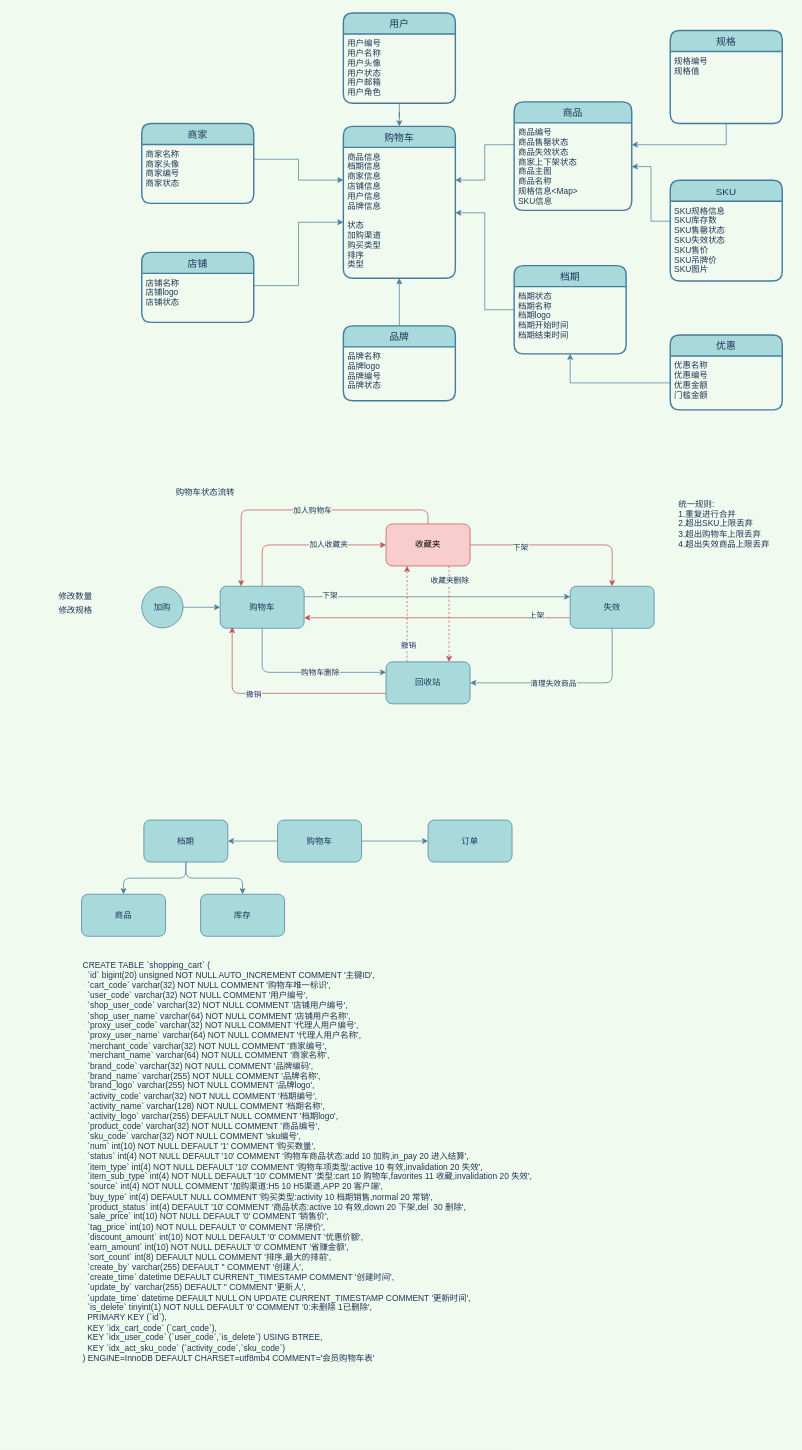
Above: 购物车领域模型图.drawio in mingtian110/pc_home (draw.io), before the change. Source tidied: cells renumbered, new cells numbered last; positions are measured from the earlier drawing's top-left corner, leaving out a move shared by most shapes. Both pictures are drawn from the tidied source at 70%, with x=0, y=0 at pixel (54, 13).
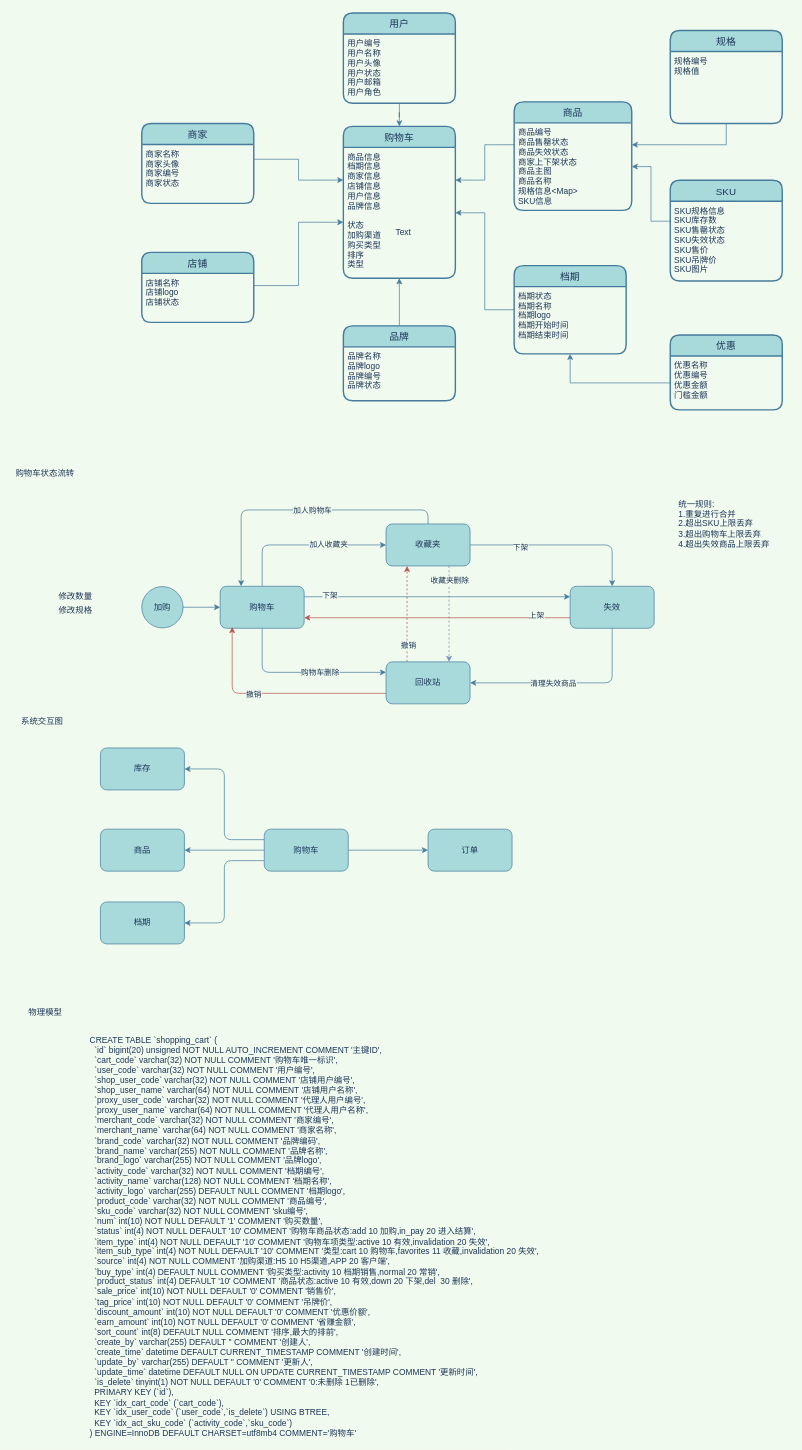
The same diagram, later.

Commit message (it also covers changes not shown here):
更新购物车领域模型图.drawio

The change refers to these unchanged cells:
```xml
<mxCell id="37" value="购物车" style="rounded=1;whiteSpace=wrap;html=1;fillColor=#A8DADC;strokeColor=#457B9D;fontColor=#1D3557;" parent="1" vertex="1">
  <mxGeometry x="237" y="819" width="120" height="60" as="geometry" />
</mxCell>
<mxCell id="49" value="失效" style="rounded=1;whiteSpace=wrap;html=1;fillColor=#A8DADC;strokeColor=#457B9D;fontColor=#1D3557;" parent="1" vertex="1">
  <mxGeometry x="737" y="819" width="120" height="60" as="geometry" />
</mxCell>
<mxCell id="54" value="回收站" style="rounded=1;whiteSpace=wrap;html=1;fillColor=#A8DADC;strokeColor=#457B9D;fontColor=#1D3557;" parent="1" vertex="1">
  <mxGeometry x="474" y="927" width="120" height="60" as="geometry" />
</mxCell>
<mxCell id="59" value="加购" style="ellipse;whiteSpace=wrap;html=1;rounded=0;sketch=0;strokeColor=#457B9D;fillColor=#A8DADC;fontColor=#1D3557;" parent="1" vertex="1">
  <mxGeometry x="125" y="819.5" width="59" height="59" as="geometry" />
</mxCell>
```

What changed in the source:
```diff
@@
-    <mxCell id="31" style="edgeStyle=orthogonalEdgeStyle;rounded=1;jettySize=auto;html=1;exitX=0.5;exitY=0;exitDx=0;exitDy=0;entryX=0;entryY=0.5;entryDx=0;entryDy=0;strokeColor=#b85450;fontColor=#1D3557;labelBackgroundColor=#F1FAEE;fillColor=#f8cecc;" parent="1" edge="1" source="37" target="44">
+    <mxCell id="31" style="edgeStyle=orthogonalEdgeStyle;rounded=1;jettySize=auto;html=1;exitX=0.5;exitY=0;exitDx=0;exitDy=0;entryX=0;entryY=0.5;entryDx=0;entryDy=0;strokeColor=#457B9D;fontColor=#1D3557;fillColor=#A8DADC;labelBackgroundColor=#F1FAEE;" parent="1" edge="1" source="37" target="44">
       <mxGeometry relative="1" as="geometry" />
     </mxCell>
@@
-    <mxCell id="38" style="edgeStyle=orthogonalEdgeStyle;rounded=1;jettySize=auto;html=1;exitX=1;exitY=0.5;exitDx=0;exitDy=0;strokeColor=#b85450;fontColor=#1D3557;labelBackgroundColor=#F1FAEE;fillColor=#f8cecc;" parent="1" edge="1" source="44" target="49">
+    <mxCell id="38" style="edgeStyle=orthogonalEdgeStyle;rounded=1;jettySize=auto;html=1;exitX=1;exitY=0.5;exitDx=0;exitDy=0;strokeColor=#457B9D;fontColor=#1D3557;fillColor=#A8DADC;labelBackgroundColor=#F1FAEE;" parent="1" edge="1" source="44" target="49">
       <mxGeometry relative="1" as="geometry" />
     </mxCell>
@@
-    <mxCell id="40" style="edgeStyle=orthogonalEdgeStyle;rounded=0;jettySize=auto;html=1;exitX=0.75;exitY=1;exitDx=0;exitDy=0;dashed=1;strokeColor=#b85450;fontColor=#1D3557;labelBackgroundColor=#F1FAEE;entryX=0.75;entryY=0;entryDx=0;entryDy=0;fillColor=#f8cecc;" parent="1" edge="1" source="44" target="54">
+    <mxCell id="40" style="edgeStyle=orthogonalEdgeStyle;rounded=0;jettySize=auto;html=1;exitX=0.75;exitY=1;exitDx=0;exitDy=0;dashed=1;strokeColor=#6c8ebf;fontColor=#1D3557;entryX=0.75;entryY=0;entryDx=0;entryDy=0;fillColor=#dae8fc;labelBackgroundColor=#F1FAEE;" parent="1" edge="1" source="44" target="54">
       <mxGeometry relative="1" as="geometry" />
     </mxCell>
@@
-    <mxCell id="42" style="edgeStyle=orthogonalEdgeStyle;rounded=1;jettySize=auto;html=1;exitX=0.5;exitY=0;exitDx=0;exitDy=0;entryX=0.25;entryY=0;entryDx=0;entryDy=0;strokeColor=#b85450;fontColor=#1D3557;labelBackgroundColor=#F1FAEE;fillColor=#f8cecc;" parent="1" edge="1" source="44" target="37">
+    <mxCell id="42" style="edgeStyle=orthogonalEdgeStyle;rounded=1;jettySize=auto;html=1;exitX=0.5;exitY=0;exitDx=0;exitDy=0;entryX=0.25;entryY=0;entryDx=0;entryDy=0;strokeColor=#457B9D;fontColor=#1D3557;fillColor=#A8DADC;labelBackgroundColor=#F1FAEE;" parent="1" edge="1" source="44" target="37">
       <mxGeometry relative="1" as="geometry" />
     </mxCell>
@@
-    <mxCell id="44" value="收藏夹" style="rounded=1;whiteSpace=wrap;html=1;fillColor=#f8cecc;strokeColor=#b85450;" parent="1" vertex="1">
+    <mxCell id="44" value="收藏夹" style="rounded=1;whiteSpace=wrap;html=1;fillColor=#A8DADC;strokeColor=#457B9D;fontColor=#1D3557;" parent="1" vertex="1">
       <mxGeometry x="474" y="730" width="120" height="60" as="geometry" />
     </mxCell>
@@
-    <mxCell id="47" style="edgeStyle=orthogonalEdgeStyle;rounded=1;jettySize=auto;html=1;exitX=0;exitY=0.75;exitDx=0;exitDy=0;entryX=1;entryY=0.75;entryDx=0;entryDy=0;fontColor=#1D3557;labelBackgroundColor=#F1FAEE;strokeColor=#b85450;fillColor=#f8cecc;" parent="1" edge="1" source="49" target="37">
+    <mxCell id="47" style="edgeStyle=orthogonalEdgeStyle;rounded=1;jettySize=auto;html=1;exitX=0;exitY=0.75;exitDx=0;exitDy=0;entryX=1;entryY=0.75;entryDx=0;entryDy=0;fontColor=#1D3557;strokeColor=#b85450;fillColor=#f8cecc;labelBackgroundColor=#F1FAEE;" parent="1" edge="1" source="49" target="37">
       <mxGeometry relative="1" as="geometry" />
     </mxCell>
@@
-    <mxCell id="50" style="edgeStyle=orthogonalEdgeStyle;curved=0;rounded=1;sketch=0;jettySize=auto;html=1;exitX=0.25;exitY=0;exitDx=0;exitDy=0;entryX=0.25;entryY=1;entryDx=0;entryDy=0;strokeColor=#b85450;fillColor=#f8cecc;fontColor=#1D3557;dashed=1;" parent="1" edge="1" source="54" target="44">
+    <mxCell id="50" style="edgeStyle=orthogonalEdgeStyle;curved=0;rounded=1;sketch=0;jettySize=auto;html=1;exitX=0.25;exitY=0;exitDx=0;exitDy=0;entryX=0.25;entryY=1;entryDx=0;entryDy=0;strokeColor=#b85450;fillColor=#f8cecc;fontColor=#1D3557;dashed=1;labelBackgroundColor=#F1FAEE;" parent="1" edge="1" source="54" target="44">
       <mxGeometry relative="1" as="geometry" />
     </mxCell>
-    <mxCell id="51" value="撤销" style="edgeLabel;html=1;align=center;verticalAlign=middle;fontColor=#1D3557;" parent="50" vertex="1">
+    <mxCell id="51" value="撤销" style="edgeLabel;html=1;align=center;verticalAlign=middle;fontColor=#1D3557;labelBackgroundColor=#F1FAEE;" parent="50" vertex="1">
       <mxGeometry x="-0.64" y="-1" relative="1" as="geometry" />
     </mxCell>
-    <mxCell id="52" style="edgeStyle=orthogonalEdgeStyle;rounded=1;sketch=0;jettySize=auto;html=1;exitX=0;exitY=0.75;exitDx=0;exitDy=0;entryX=0.143;entryY=0.97;entryDx=0;entryDy=0;entryPerimeter=0;strokeColor=#b85450;fillColor=#f8cecc;fontColor=#1D3557;" parent="1" edge="1" source="54" target="37">
+    <mxCell id="52" style="edgeStyle=orthogonalEdgeStyle;rounded=1;sketch=0;jettySize=auto;html=1;exitX=0;exitY=0.75;exitDx=0;exitDy=0;entryX=0.143;entryY=0.97;entryDx=0;entryDy=0;entryPerimeter=0;strokeColor=#b85450;fillColor=#f8cecc;fontColor=#1D3557;labelBackgroundColor=#F1FAEE;" parent="1" edge="1" source="54" target="37">
       <mxGeometry relative="1" as="geometry" />
     </mxCell>
-    <mxCell id="53" value="撤销" style="edgeLabel;html=1;align=center;verticalAlign=middle;fontColor=#1D3557;" parent="52" vertex="1">
+    <mxCell id="53" value="撤销" style="edgeLabel;html=1;align=center;verticalAlign=middle;fontColor=#1D3557;labelBackgroundColor=#F1FAEE;" parent="52" vertex="1">
       <mxGeometry x="0.21" relative="1" as="geometry" />
     </mxCell>
@@
     <mxCell id="55" value="购物车状态流转" style="text;html=1;strokeColor=none;fillColor=none;align=center;verticalAlign=middle;whiteSpace=wrap;rounded=0;fontColor=#1D3557;" parent="1" vertex="1">
-      <mxGeometry x="169" y="672" width="94" height="25" as="geometry" />
+      <mxGeometry x="-60" y="645" width="94" height="25" as="geometry" />
     </mxCell>
@@
-    <mxCell id="58" style="edgeStyle=orthogonalEdgeStyle;curved=0;rounded=1;sketch=0;jettySize=auto;html=1;exitX=1;exitY=0.5;exitDx=0;exitDy=0;strokeColor=#457B9D;fillColor=#A8DADC;fontColor=#1D3557;" parent="1" edge="1" source="59" target="37">
+    <mxCell id="58" style="edgeStyle=orthogonalEdgeStyle;curved=0;rounded=1;sketch=0;jettySize=auto;html=1;exitX=1;exitY=0.5;exitDx=0;exitDy=0;strokeColor=#457B9D;fillColor=#A8DADC;fontColor=#1D3557;labelBackgroundColor=#F1FAEE;" parent="1" edge="1" source="59" target="37">
       <mxGeometry relative="1" as="geometry" />
     </mxCell>
@@
+    <mxCell id="70" value="&lt;div&gt;CREATE TABLE `shopping_cart` (&lt;/div&gt;&lt;div&gt;&amp;nbsp; `id` bigint(20) unsigned NOT NULL AUTO_INCREMENT COMMENT '主键ID',&lt;/div&gt;&lt;div&gt;&amp;nbsp; `cart_code` varchar(32) NOT NULL COMMENT '购物车唯一标识',&lt;/div&gt;&lt;div&gt;&amp;nbsp; `user_code` varchar(32) NOT NULL COMMENT '用户编号',&lt;/div&gt;&lt;div&gt;&amp;nbsp; `shop_user_code` varchar(32) NOT NULL COMMENT '店铺用户编号',&lt;/div&gt;&lt;div&gt;&amp;nbsp; `shop_user_name` varchar(64) NOT NULL COMMENT '店铺用户名称',&lt;/div&gt;&lt;div&gt;&amp;nbsp; `proxy_user_code` varchar(32) NOT NULL COMMENT '代理人用户编号',&lt;/div&gt;&lt;div&gt;&amp;nbsp; `proxy_user_name` varchar(64) NOT NULL COMMENT '代理人用户名称',&lt;/div&gt;&lt;div&gt;&amp;nbsp; `merchant_code` varchar(32) NOT NULL COMMENT '商家编号',&lt;/div&gt;&lt;div&gt;&amp;nbsp; `merchant_name` varchar(64) NOT NULL COMMENT '商家名称',&lt;/div&gt;&lt;div&gt;&amp;nbsp; `brand_code` varchar(32) NOT NULL COMMENT '品牌编码',&lt;/div&gt;&lt;div&gt;&amp;nbsp; `brand_name` varchar(255) NOT NULL COMMENT '品牌名称',&lt;/div&gt;&lt;div&gt;&amp;nbsp; `brand_logo` varchar(255) NOT NULL COMMENT '品牌logo',&lt;/div&gt;&lt;div&gt;&amp;nbsp; `activity_code` varchar(32) NOT NULL COMMENT '档期编号',&lt;/div&gt;&lt;div&gt;&amp;nbsp; `activity_name` varchar(128) NOT NULL COMMENT '档期名称',&lt;/div&gt;&lt;div&gt;&amp;nbsp; `activity_logo` varchar(255) DEFAULT NULL COMMENT '档期logo',&lt;/div&gt;&lt;div&gt;&amp;nbsp; `product_code` varchar(32) NOT NULL COMMENT '商品编号',&lt;/div&gt;&lt;div&gt;&amp;nbsp; `sku_code` varchar(32) NOT NULL COMMENT 'sku编号',&lt;/div&gt;&lt;div&gt;&amp;nbsp; `num` int(10) NOT NULL DEFAULT '1' COMMENT '购买数量',&lt;/div&gt;&lt;div&gt;&amp;nbsp; `status` int(4) NOT NULL DEFAULT '10' COMMENT '购物车商品状态:add 10 加购,in_pay 20 进入结算',&lt;/div&gt;&lt;div&gt;&amp;nbsp; `item_type` int(4) NOT NULL DEFAULT '10' COMMENT '购物车项类型:active 10 有效,invalidation 20 失效',&lt;/div&gt;&lt;div&gt;&amp;nbsp; `item_sub_type` int(4) NOT NULL DEFAULT '10' COMMENT '类型:cart 10 购物车,favorites 11 收藏,invalidation 20 失效',&lt;/div&gt;&lt;div&gt;&amp;nbsp; `source` int(4) NOT NULL COMMENT '加购渠道:H5 10 H5渠道,APP 20 客户端',&lt;/div&gt;&lt;div&gt;&amp;nbsp; `buy_type` int(4) DEFAULT NULL COMMENT '购买类型:activity 10 档期销售,normal 20 常销',&lt;/div&gt;&lt;div&gt;&amp;nbsp; `product_status` int(4) DEFAULT '10' COMMENT '商品状态:active 10 有效,down 20 下架,del&amp;nbsp; 30 删除',&lt;/div&gt;&lt;div&gt;&amp;nbsp; `sale_price` int(10) NOT NULL DEFAULT '0' COMMENT '销售价',&lt;/div&gt;&lt;div&gt;&amp;nbsp; `tag_price` int(10) NOT NULL DEFAULT '0' COMMENT '吊牌价',&lt;/div&gt;&lt;div&gt;&amp;nbsp; `discount_amount` int(10) NOT NULL DEFAULT '0' COMMENT '优惠价额',&lt;/div&gt;&lt;div&gt;&amp;nbsp; `earn_amount` int(10) NOT NULL DEFAULT '0' COMMENT '省赚金额',&lt;/div&gt;&lt;div&gt;&amp;nbsp; `sort_count` int(8) DEFAULT NULL COMMENT '排序,最大的排前',&lt;/div&gt;&lt;div&gt;&amp;nbsp; `create_by` varchar(255) DEFAULT '' COMMENT '创建人',&lt;/div&gt;&lt;div&gt;&amp;nbsp; `create_time` datetime DEFAULT CURRENT_TIMESTAMP COMMENT '创建时间',&lt;/div&gt;&lt;div&gt;&amp;nbsp; `update_by` varchar(255) DEFAULT '' COMMENT '更新人',&lt;/div&gt;&lt;div&gt;&amp;nbsp; `update_time` datetime DEFAULT NULL ON UPDATE CURRENT_TIMESTAMP COMMENT '更新时间',&lt;/div&gt;&lt;div&gt;&amp;nbsp; `is_delete` tinyint(1) NOT NULL DEFAULT '0' COMMENT '0:未删除 1已删除',&lt;/div&gt;&lt;div&gt;&amp;nbsp; PRIMARY KEY (`id`),&lt;/div&gt;&lt;div&gt;&amp;nbsp; KEY `idx_cart_code` (`cart_code`),&lt;/div&gt;&lt;div&gt;&amp;nbsp; KEY `idx_user_code` (`user_code`,`is_delete`) USING BTREE,&lt;/div&gt;&lt;div&gt;&amp;nbsp; KEY `idx_act_sku_code` (`activity_code`,`sku_code`)&lt;/div&gt;&lt;div&gt;) ENGINE=InnoDB DEFAULT CHARSET=utf8mb4 COMMENT='购物车'&lt;/div&gt;" style="text;html=1;strokeColor=none;fillColor=none;align=left;verticalAlign=middle;whiteSpace=wrap;rounded=0;sketch=0;fontColor=#1D3557;" parent="1" vertex="1">
+      <mxGeometry x="49" y="1459" width="909" height="577" as="geometry" />
+    </mxCell>
+    <mxCell id="62" style="edgeStyle=orthogonalEdgeStyle;curved=0;rounded=1;sketch=0;jettySize=auto;html=1;exitX=1;exitY=0.5;exitDx=0;exitDy=0;entryX=0;entryY=0.5;entryDx=0;entryDy=0;strokeColor=#457B9D;fillColor=#A8DADC;fontColor=#1D3557;" parent="1" edge="1" source="63" target="64">
+      <mxGeometry relative="1" as="geometry" />
+    </mxCell>
+    <mxCell id="71" style="edgeStyle=orthogonalEdgeStyle;curved=0;rounded=1;sketch=0;jettySize=auto;html=1;exitX=0;exitY=0.5;exitDx=0;exitDy=0;strokeColor=#457B9D;fillColor=#A8DADC;fontColor=#1D3557;" parent="1" edge="1" source="63" target="68">
+      <mxGeometry relative="1" as="geometry" />
+    </mxCell>
+    <mxCell id="72" style="edgeStyle=orthogonalEdgeStyle;curved=0;rounded=1;sketch=0;jettySize=auto;html=1;exitX=0;exitY=0.25;exitDx=0;exitDy=0;entryX=1;entryY=0.5;entryDx=0;entryDy=0;strokeColor=#457B9D;fillColor=#A8DADC;fontColor=#1D3557;" parent="1" edge="1" source="63" target="69">
+      <mxGeometry relative="1" as="geometry" />
+    </mxCell>
-    <mxCell id="61" style="edgeStyle=orthogonalEdgeStyle;rounded=1;sketch=0;jettySize=auto;html=1;exitX=0;exitY=0.5;exitDx=0;exitDy=0;strokeColor=#457B9D;fillColor=#A8DADC;fontColor=#1D3557;" parent="1" edge="1" source="63" target="67">
+    <mxCell id="61" style="edgeStyle=orthogonalEdgeStyle;curved=0;rounded=1;sketch=0;jettySize=auto;html=1;exitX=0;exitY=0.75;exitDx=0;exitDy=0;entryX=1;entryY=0.5;entryDx=0;entryDy=0;strokeColor=#457B9D;fillColor=#A8DADC;fontColor=#1D3557;" parent="1" edge="1" source="63" target="67">
       <mxGeometry relative="1" as="geometry" />
     </mxCell>
-    <mxCell id="62" style="edgeStyle=orthogonalEdgeStyle;rounded=1;sketch=0;jettySize=auto;html=1;exitX=1;exitY=0.5;exitDx=0;exitDy=0;strokeColor=#457B9D;fillColor=#A8DADC;fontColor=#1D3557;" parent="1" edge="1" source="63" target="64">
-      <mxGeometry relative="1" as="geometry" />
-    </mxCell>
-    <mxCell id="63" value="购物车" style="rounded=1;whiteSpace=wrap;html=1;sketch=0;strokeColor=#457B9D;fillColor=#A8DADC;fontColor=#1D3557;" parent="1" vertex="1">
-      <mxGeometry x="319" y="1153" width="120" height="60" as="geometry" />
+    <mxCell id="63" value="购物车" style="rounded=1;whiteSpace=wrap;html=1;fillColor=#A8DADC;strokeColor=#457B9D;fontColor=#1D3557;" parent="1" vertex="1">
+      <mxGeometry x="300" y="1166" width="120" height="60" as="geometry" />
     </mxCell>
-    <mxCell id="64" value="订单" style="rounded=1;whiteSpace=wrap;html=1;sketch=0;strokeColor=#457B9D;fillColor=#A8DADC;fontColor=#1D3557;" parent="1" vertex="1">
-      <mxGeometry x="534" y="1153" width="120" height="60" as="geometry" />
+    <mxCell id="64" value="订单" style="rounded=1;whiteSpace=wrap;html=1;fillColor=#A8DADC;strokeColor=#457B9D;fontColor=#1D3557;" parent="1" vertex="1">
+      <mxGeometry x="534" y="1166" width="120" height="60" as="geometry" />
     </mxCell>
-    <mxCell id="65" style="edgeStyle=orthogonalEdgeStyle;rounded=1;sketch=0;jettySize=auto;html=1;exitX=0.5;exitY=1;exitDx=0;exitDy=0;strokeColor=#457B9D;fillColor=#A8DADC;fontColor=#1D3557;" parent="1" edge="1" source="67" target="68">
-      <mxGeometry relative="1" as="geometry" />
-    </mxCell>
-    <mxCell id="66" style="edgeStyle=orthogonalEdgeStyle;rounded=1;sketch=0;jettySize=auto;html=1;exitX=0.5;exitY=1;exitDx=0;exitDy=0;strokeColor=#457B9D;fillColor=#A8DADC;fontColor=#1D3557;" parent="1" edge="1" source="67" target="69">
-      <mxGeometry relative="1" as="geometry" />
-    </mxCell>
+    <mxCell id="68" value="商品" style="rounded=1;whiteSpace=wrap;html=1;fillColor=#A8DADC;strokeColor=#457B9D;fontColor=#1D3557;" parent="1" vertex="1">
+      <mxGeometry x="66" y="1166" width="120" height="60" as="geometry" />
+    </mxCell>
-    <mxCell id="67" value="档期" style="rounded=1;whiteSpace=wrap;html=1;sketch=0;strokeColor=#457B9D;fillColor=#A8DADC;fontColor=#1D3557;" parent="1" vertex="1">
-      <mxGeometry x="128" y="1153" width="120" height="60" as="geometry" />
+    <mxCell id="67" value="档期" style="rounded=1;whiteSpace=wrap;html=1;fillColor=#A8DADC;strokeColor=#457B9D;fontColor=#1D3557;" parent="1" vertex="1">
+      <mxGeometry x="66" y="1270" width="120" height="60" as="geometry" />
     </mxCell>
-    <mxCell id="68" value="商品" style="rounded=1;whiteSpace=wrap;html=1;sketch=0;strokeColor=#457B9D;fillColor=#A8DADC;fontColor=#1D3557;" parent="1" vertex="1">
-      <mxGeometry x="39" y="1259" width="120" height="60" as="geometry" />
-    </mxCell>
-    <mxCell id="69" value="库存" style="rounded=1;whiteSpace=wrap;html=1;sketch=0;strokeColor=#457B9D;fillColor=#A8DADC;fontColor=#1D3557;" parent="1" vertex="1">
-      <mxGeometry x="209" y="1259" width="120" height="60" as="geometry" />
+    <mxCell id="69" value="库存" style="rounded=1;whiteSpace=wrap;html=1;fillColor=#A8DADC;strokeColor=#457B9D;fontColor=#1D3557;" parent="1" vertex="1">
+      <mxGeometry x="66" y="1050" width="120" height="60" as="geometry" />
     </mxCell>
-    <mxCell id="70" value="CREATE TABLE `shopping_cart` (&lt;br&gt;&amp;nbsp; `id` bigint(20) unsigned NOT NULL AUTO_INCREMENT COMMENT '主键ID',&lt;br&gt;&amp;nbsp; `cart_code` varchar(32) NOT NULL COMMENT '购物车唯一标识',&lt;br&gt;&amp;nbsp; `user_code` varchar(32) NOT NULL COMMENT '用户编号',&lt;br&gt;&amp;nbsp; `shop_user_code` varchar(32) NOT NULL COMMENT '店铺用户编号',&lt;br&gt;&amp;nbsp; `shop_user_name` varchar(64) NOT NULL COMMENT '店铺用户名称',&lt;br&gt;&amp;nbsp; `proxy_user_code` varchar(32) NOT NULL COMMENT '代理人用户编号',&lt;br&gt;&amp;nbsp; `proxy_user_name` varchar(64) NOT NULL COMMENT '代理人用户名称',&lt;br&gt;&amp;nbsp; `merchant_code` varchar(32) NOT NULL COMMENT '商家编号',&lt;br&gt;&amp;nbsp; `merchant_name` varchar(64) NOT NULL COMMENT '商家名称',&lt;br&gt;&amp;nbsp; `brand_code` varchar(32) NOT NULL COMMENT '品牌编码',&lt;br&gt;&amp;nbsp; `brand_name` varchar(255) NOT NULL COMMENT '品牌名称',&lt;br&gt;&amp;nbsp; `brand_logo` varchar(255) NOT NULL COMMENT '品牌logo',&lt;br&gt;&amp;nbsp; `activity_code` varchar(32) NOT NULL COMMENT '档期编号',&lt;br&gt;&amp;nbsp; `activity_name` varchar(128) NOT NULL COMMENT '档期名称',&lt;br&gt;&amp;nbsp; `activity_logo` varchar(255) DEFAULT NULL COMMENT '档期logo',&lt;br&gt;&amp;nbsp; `product_code` varchar(32) NOT NULL COMMENT '商品编号',&lt;br&gt;&amp;nbsp; `sku_code` varchar(32) NOT NULL COMMENT 'sku编号',&lt;br&gt;&amp;nbsp; `num` int(10) NOT NULL DEFAULT '1' COMMENT '购买数量',&lt;br&gt;&amp;nbsp; `status` int(4) NOT NULL DEFAULT '10' COMMENT '购物车商品状态:add 10 加购,in_pay 20 进入结算',&lt;br&gt;&amp;nbsp; `item_type` int(4) NOT NULL DEFAULT '10' COMMENT '购物车项类型:active 10 有效,invalidation 20 失效',&lt;br&gt;&amp;nbsp; `item_sub_type` int(4) NOT NULL DEFAULT '10' COMMENT '类型:cart 10 购物车,favorites 11 收藏,invalidation 20 失效',&lt;br&gt;&amp;nbsp; `source` int(4) NOT NULL COMMENT '加购渠道:H5 10 H5渠道,APP 20 客户端',&lt;br&gt;&amp;nbsp; `buy_type` int(4) DEFAULT NULL COMMENT '购买类型:activity 10 档期销售,normal 20 常销',&lt;br&gt;&amp;nbsp; `product_status` int(4) DEFAULT '10' COMMENT '商品状态:active 10 有效,down 20 下架,del&amp;nbsp; 30 删除',&lt;br&gt;&amp;nbsp; `sale_price` int(10) NOT NULL DEFAULT '0' COMMENT '销售价',&lt;br&gt;&amp;nbsp; `tag_price` int(10) NOT NULL DEFAULT '0' COMMENT '吊牌价',&lt;br&gt;&amp;nbsp; `discount_amount` int(10) NOT NULL DEFAULT '0' COMMENT '优惠价额',&lt;br&gt;&amp;nbsp; `earn_amount` int(10) NOT NULL DEFAULT '0' COMMENT '省赚金额',&lt;br&gt;&amp;nbsp; `sort_count` int(8) DEFAULT NULL COMMENT '排序,最大的排前',&lt;br&gt;&amp;nbsp; `create_by` varchar(255) DEFAULT '' COMMENT '创建人',&lt;br&gt;&amp;nbsp; `create_time` datetime DEFAULT CURRENT_TIMESTAMP COMMENT '创建时间',&lt;br&gt;&amp;nbsp; `update_by` varchar(255) DEFAULT '' COMMENT '更新人',&lt;br&gt;&amp;nbsp; `update_time` datetime DEFAULT NULL ON UPDATE CURRENT_TIMESTAMP COMMENT '更新时间',&lt;br&gt;&amp;nbsp; `is_delete` tinyint(1) NOT NULL DEFAULT '0' COMMENT '0:未删除 1已删除',&lt;br&gt;&amp;nbsp; PRIMARY KEY (`id`),&lt;br&gt;&amp;nbsp; KEY `idx_cart_code` (`cart_code`),&lt;br&gt;&amp;nbsp; KEY `idx_user_code` (`user_code`,`is_delete`) USING BTREE,&lt;br&gt;&amp;nbsp; KEY `idx_act_sku_code` (`activity_code`,`sku_code`)&lt;br&gt;) ENGINE=InnoDB DEFAULT CHARSET=utf8mb4 COMMENT='会员购物车表'" style="text;html=1;strokeColor=none;fillColor=none;align=left;verticalAlign=middle;whiteSpace=wrap;rounded=0;sketch=0;fontColor=#1D3557;" parent="1" vertex="1">
-      <mxGeometry x="39" y="1352" width="909" height="577" as="geometry" />
-    </mxCell>
+    <mxCell id="73" value="系统交互图" style="text;html=1;strokeColor=none;fillColor=none;align=center;verticalAlign=middle;whiteSpace=wrap;rounded=0;sketch=0;fontColor=#1D3557;" parent="1" vertex="1">
+      <mxGeometry x="-60" y="1002" width="86" height="20" as="geometry" />
+    </mxCell>
+    <mxCell id="74" value="Text" style="text;html=1;strokeColor=none;fillColor=none;align=center;verticalAlign=middle;whiteSpace=wrap;rounded=0;sketch=0;fontColor=#1D3557;" parent="1" vertex="1">
+      <mxGeometry x="479" y="304" width="40" height="20" as="geometry" />
+    </mxCell>
+    <mxCell id="75" value="物理模型" style="text;html=1;strokeColor=none;fillColor=none;align=center;verticalAlign=middle;whiteSpace=wrap;rounded=0;sketch=0;fontColor=#1D3557;" parent="1" vertex="1">
+      <mxGeometry x="-60" y="1418" width="95" height="20" as="geometry" />
+    </mxCell>
```
